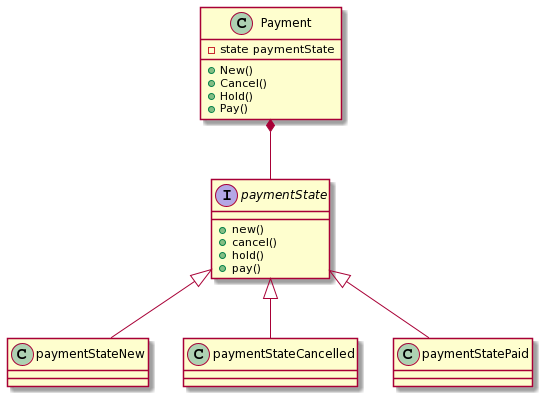
This is lamoda/state_machine/OP_class.png from EgorBanin/EgorBanin.github.io, a PlantUML export, as it was before one commit.
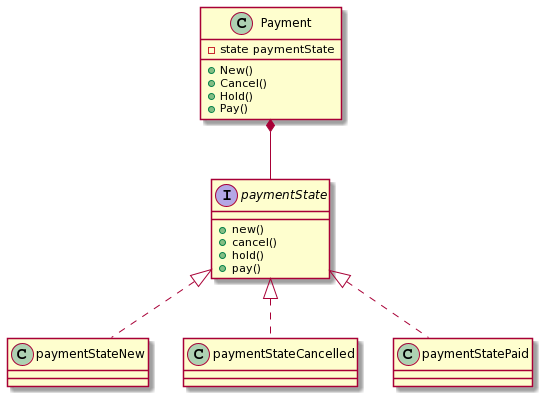
The same file after the commit.

Commit message:
fixup! преза про стэйт-машину

What changed in the source:
```diff
@@ -19,7 +19,7 @@
 class paymentStatePaid {}
 
 Payment *-- paymentState
-paymentState <|-- paymentStateNew
-paymentState <|-- paymentStateCancelled
-paymentState <|-- paymentStatePaid
+paymentState <|.. paymentStateNew
+paymentState <|.. paymentStateCancelled
+paymentState <|.. paymentStatePaid
 @enduml
```
